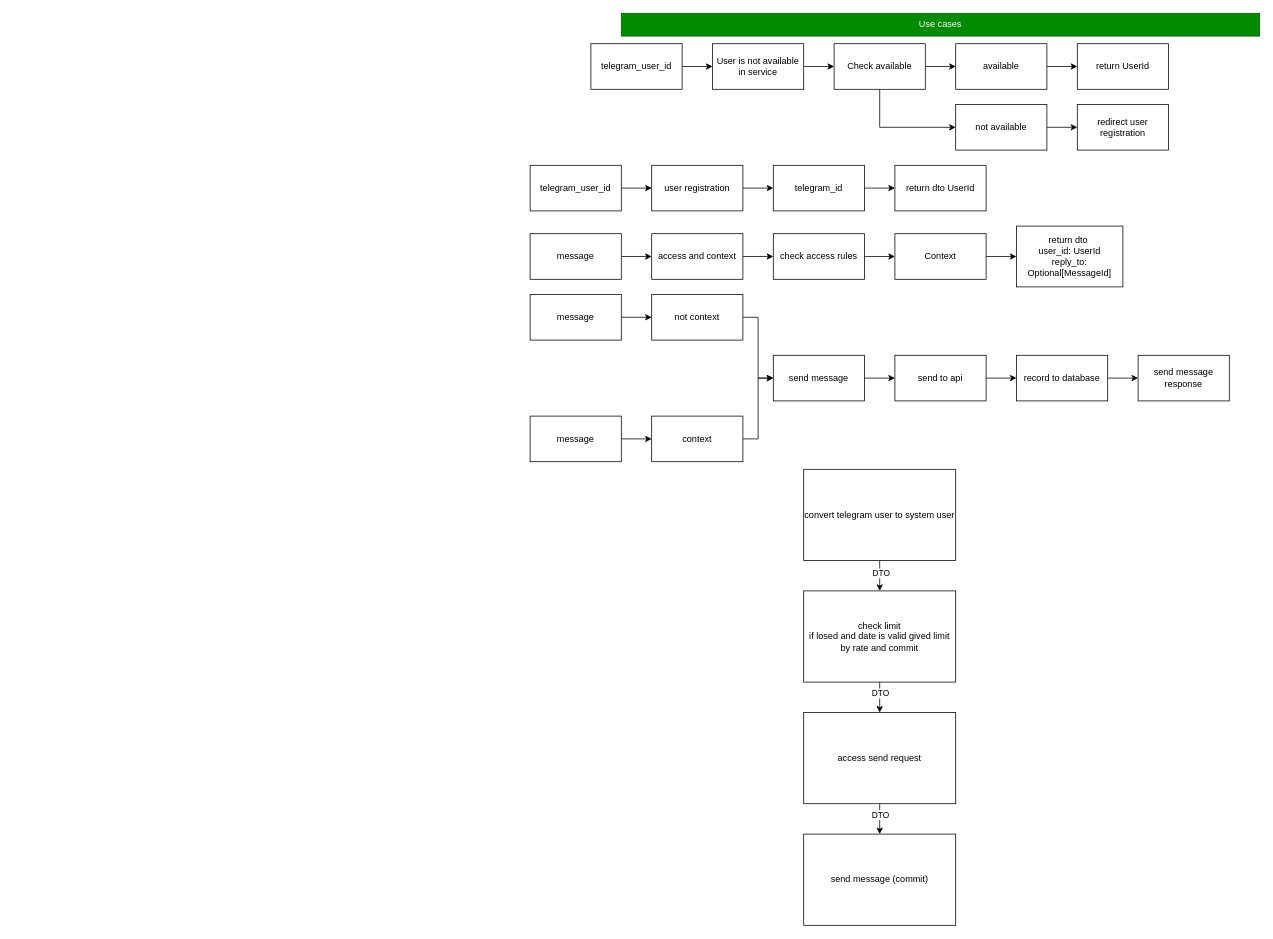
This is page "Страница 2" (2 of 4) of ChatGpt.drawio from KmvRoman/Diagrams, a draw.io file, before an edit. Source tidied: cells renumbered, new cells numbered last; positions are measured from the earlier drawing's top-left corner, leaving out a move shared by most shapes. Both pictures are drawn from the tidied source at 76%, with x=0, y=0 at pixel (530, 13).
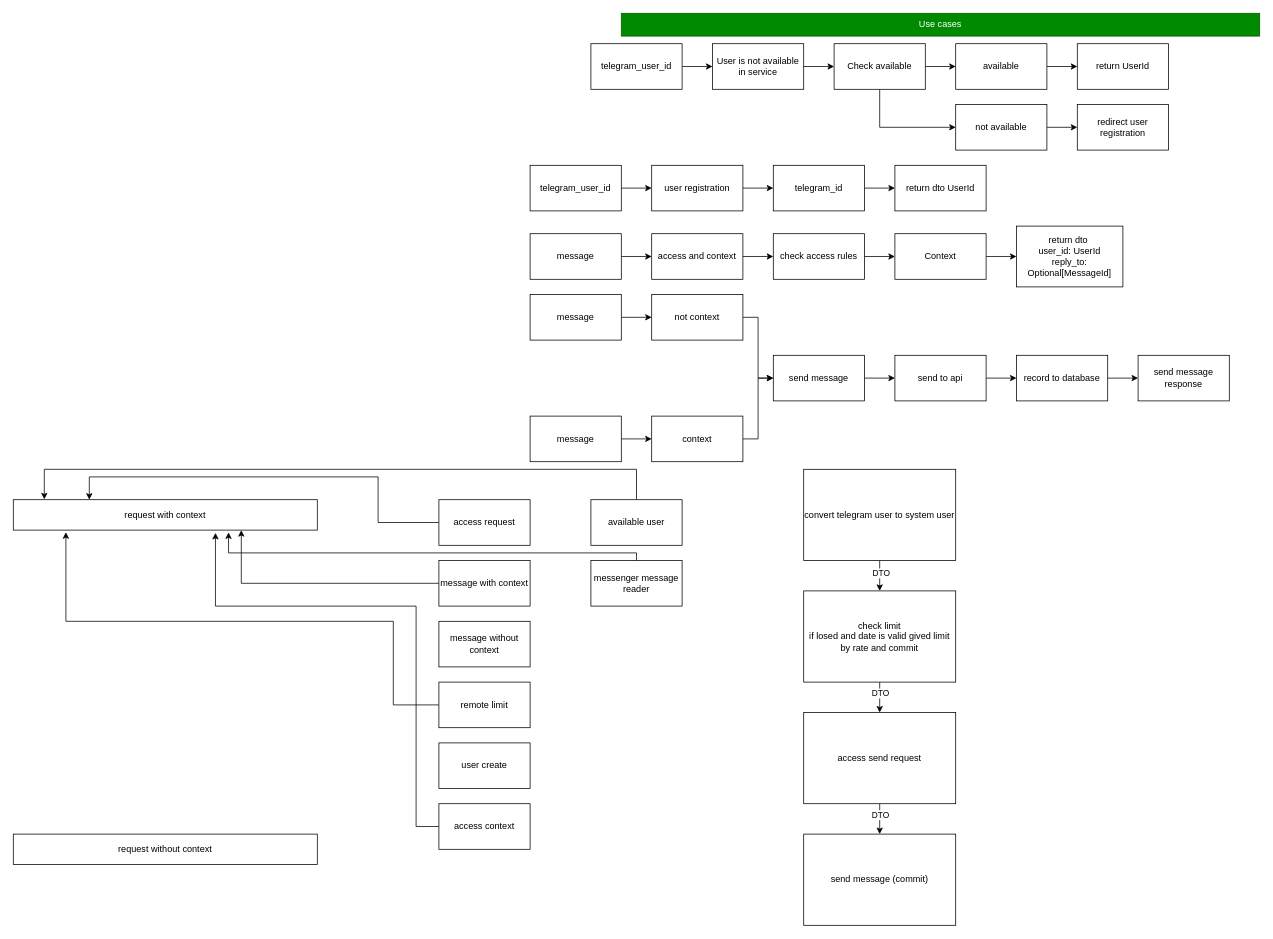
Above is the later version.

Change to the diagram source:
```diff
@@
+    <mxCell id="57" style="edgeStyle=orthogonalEdgeStyle;rounded=0;jettySize=auto;html=1;entryX=0.25;entryY=0;entryDx=0;entryDy=0;" parent="1" edge="1" source="58" target="69">
+      <mxGeometry relative="1" as="geometry">
+        <Array as="points">
+          <mxPoint x="-200" y="670" />
+          <mxPoint x="-200" y="610" />
+          <mxPoint x="-580" y="610" />
+        </Array>
+      </mxGeometry>
+    </mxCell>
+    <mxCell id="58" value="access request" style="rounded=0;whiteSpace=wrap;html=1;" parent="1" vertex="1">
+      <mxGeometry x="-120" y="640" width="120" height="60" as="geometry" />
+    </mxCell>
+    <mxCell id="59" style="edgeStyle=orthogonalEdgeStyle;rounded=0;jettySize=auto;html=1;entryX=0.75;entryY=1;entryDx=0;entryDy=0;" parent="1" edge="1" source="60" target="69">
+      <mxGeometry relative="1" as="geometry" />
+    </mxCell>
+    <mxCell id="60" value="message with context" style="rounded=0;whiteSpace=wrap;html=1;" parent="1" vertex="1">
+      <mxGeometry x="-120" y="720" width="120" height="60" as="geometry" />
+    </mxCell>
+    <mxCell id="61" value="message without context" style="rounded=0;whiteSpace=wrap;html=1;" parent="1" vertex="1">
+      <mxGeometry x="-120" y="800" width="120" height="60" as="geometry" />
+    </mxCell>
+    <mxCell id="62" style="edgeStyle=orthogonalEdgeStyle;rounded=0;jettySize=auto;html=1;entryX=0.173;entryY=1.071;entryDx=0;entryDy=0;entryPerimeter=0;" parent="1" edge="1" source="63" target="69">
+      <mxGeometry relative="1" as="geometry">
+        <Array as="points">
+          <mxPoint x="-180" y="910" />
+          <mxPoint x="-180" y="800" />
+          <mxPoint x="-611" y="800" />
+        </Array>
+      </mxGeometry>
+    </mxCell>
+    <mxCell id="63" value="remote limit" style="rounded=0;whiteSpace=wrap;html=1;" parent="1" vertex="1">
+      <mxGeometry x="-120" y="880" width="120" height="60" as="geometry" />
+    </mxCell>
+    <mxCell id="64" value="user create" style="rounded=0;whiteSpace=wrap;html=1;" parent="1" vertex="1">
+      <mxGeometry x="-120" y="960" width="120" height="60" as="geometry" />
+    </mxCell>
+    <mxCell id="65" style="edgeStyle=orthogonalEdgeStyle;rounded=0;jettySize=auto;html=1;entryX=0.102;entryY=-0.012;entryDx=0;entryDy=0;entryPerimeter=0;" parent="1" edge="1" source="66" target="69">
+      <mxGeometry relative="1" as="geometry">
+        <Array as="points">
+          <mxPoint x="140" y="600" />
+          <mxPoint x="-640" y="600" />
+          <mxPoint x="-640" y="640" />
+        </Array>
+      </mxGeometry>
+    </mxCell>
+    <mxCell id="66" value="available user" style="rounded=0;whiteSpace=wrap;html=1;" parent="1" vertex="1">
+      <mxGeometry x="80" y="640" width="120" height="60" as="geometry" />
+    </mxCell>
+    <mxCell id="67" style="edgeStyle=orthogonalEdgeStyle;rounded=0;jettySize=auto;html=1;entryX=0.708;entryY=1.075;entryDx=0;entryDy=0;entryPerimeter=0;" parent="1" edge="1" source="68" target="69">
+      <mxGeometry relative="1" as="geometry">
+        <Array as="points">
+          <mxPoint x="140" y="710" />
+          <mxPoint x="-397" y="710" />
+        </Array>
+      </mxGeometry>
+    </mxCell>
+    <mxCell id="68" value="messenger message reader" style="rounded=0;whiteSpace=wrap;html=1;" parent="1" vertex="1">
+      <mxGeometry x="80" y="720" width="120" height="60" as="geometry" />
+    </mxCell>
+    <mxCell id="69" value="request with context" style="rounded=0;whiteSpace=wrap;html=1;align=center;" parent="1" vertex="1">
+      <mxGeometry x="-680" y="640" width="400" height="40" as="geometry" />
+    </mxCell>
+    <mxCell id="70" value="request without context" style="rounded=0;whiteSpace=wrap;html=1;align=center;" parent="1" vertex="1">
+      <mxGeometry x="-680" y="1080" width="400" height="40" as="geometry" />
+    </mxCell>
+    <mxCell id="71" style="edgeStyle=orthogonalEdgeStyle;rounded=0;jettySize=auto;html=1;entryX=0.665;entryY=1.092;entryDx=0;entryDy=0;entryPerimeter=0;" parent="1" edge="1" source="72" target="69">
+      <mxGeometry relative="1" as="geometry">
+        <Array as="points">
+          <mxPoint x="-150" y="1070" />
+          <mxPoint x="-150" y="780" />
+          <mxPoint x="-414" y="780" />
+        </Array>
+      </mxGeometry>
+    </mxCell>
+    <mxCell id="72" value="access context" style="rounded=0;whiteSpace=wrap;html=1;" parent="1" vertex="1">
+      <mxGeometry x="-120" y="1040" width="120" height="60" as="geometry" />
+    </mxCell>
```
